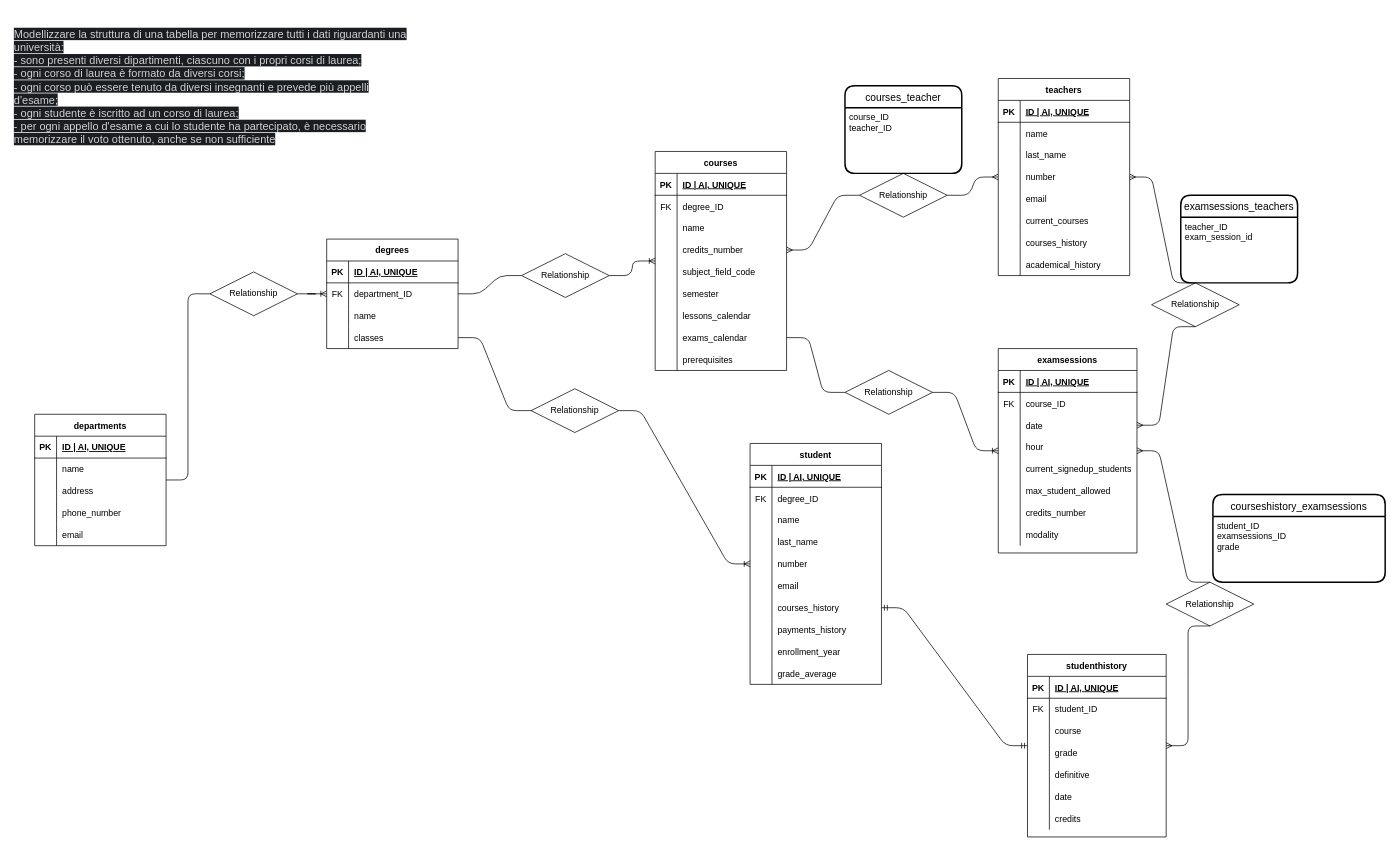
This is db.drawio from AnTosi/db-university, a draw.io file, before an edit. Source tidied: cells renumbered, new cells numbered last; positions are measured from the earlier drawing's top-left corner, leaving out a move shared by most shapes. Both pictures are drawn from the tidied source at 73%, with x=0, y=0 at pixel (12, 12).
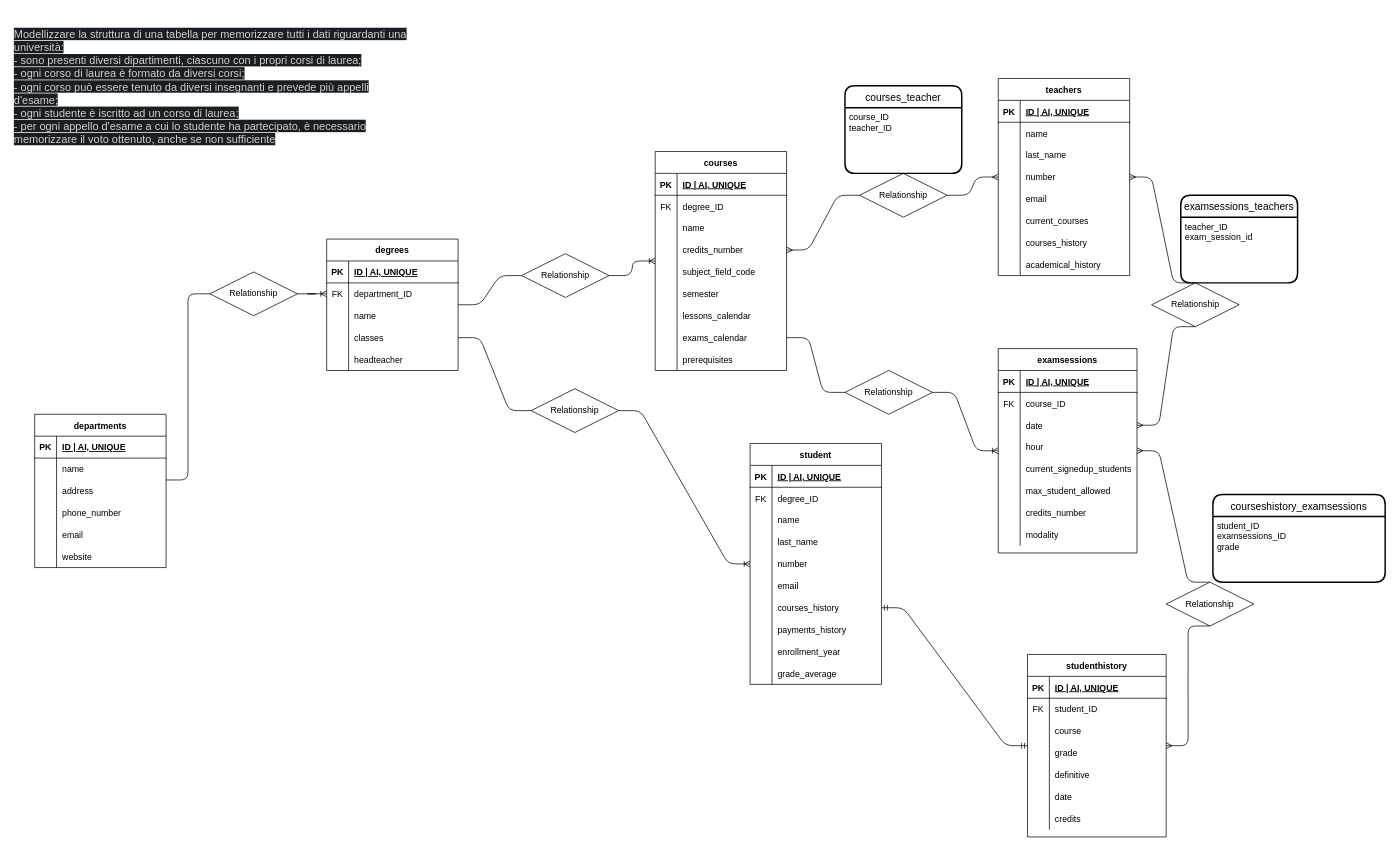
The same page after the edit.

Change to the diagram source:
```diff
@@
     <mxCell id="3" value="departments" style="shape=table;startSize=30;childLayout=tableLayout;rowLines=0;fontStyle=1;align=center;" parent="1" vertex="1">
-      <mxGeometry x="30" y="550" width="180" height="180" as="geometry" />
+      <mxGeometry x="30" y="550" width="180" height="210" as="geometry" />
     </mxCell>
@@
+    <mxCell id="191" style="shape=partialRectangle;fillColor=none;top=0;left=0;bottom=0;right=0;" parent="3" vertex="1">
+      <mxGeometry y="180" width="180" height="30" as="geometry" />
+    </mxCell>
+    <mxCell id="192" style="shape=partialRectangle;fillColor=none;top=0;left=0;bottom=0;right=0;overflow=hidden;" parent="191" vertex="1">
+      <mxGeometry width="30" height="30" as="geometry" />
+    </mxCell>
+    <mxCell id="193" value="website" style="shape=partialRectangle;fillColor=none;top=0;left=0;bottom=0;right=0;align=left;spacingLeft=6;overflow=hidden;" parent="191" vertex="1">
+      <mxGeometry x="30" width="150" height="30" as="geometry" />
+    </mxCell>
@@
     <mxCell id="20" value="degrees" style="shape=table;startSize=30;childLayout=tableLayout;rowLines=0;fontStyle=1;align=center;" parent="1" vertex="1">
-      <mxGeometry x="430" y="310" width="180" height="150" as="geometry" />
+      <mxGeometry x="430" y="310" width="180" height="180" as="geometry" />
     </mxCell>
@@
+    <mxCell id="194" style="shape=partialRectangle;fillColor=none;top=0;left=0;bottom=0;right=0;" parent="20" vertex="1">
+      <mxGeometry y="150" width="180" height="30" as="geometry" />
+    </mxCell>
+    <mxCell id="195" style="shape=partialRectangle;fillColor=none;top=0;left=0;bottom=0;right=0;overflow=hidden;" parent="194" vertex="1">
+      <mxGeometry width="30" height="30" as="geometry" />
+    </mxCell>
+    <mxCell id="196" value="headteacher" style="shape=partialRectangle;fillColor=none;top=0;left=0;bottom=0;right=0;align=left;spacingLeft=6;overflow=hidden;" parent="194" vertex="1">
+      <mxGeometry x="30" width="150" height="30" as="geometry" />
+    </mxCell>
```
